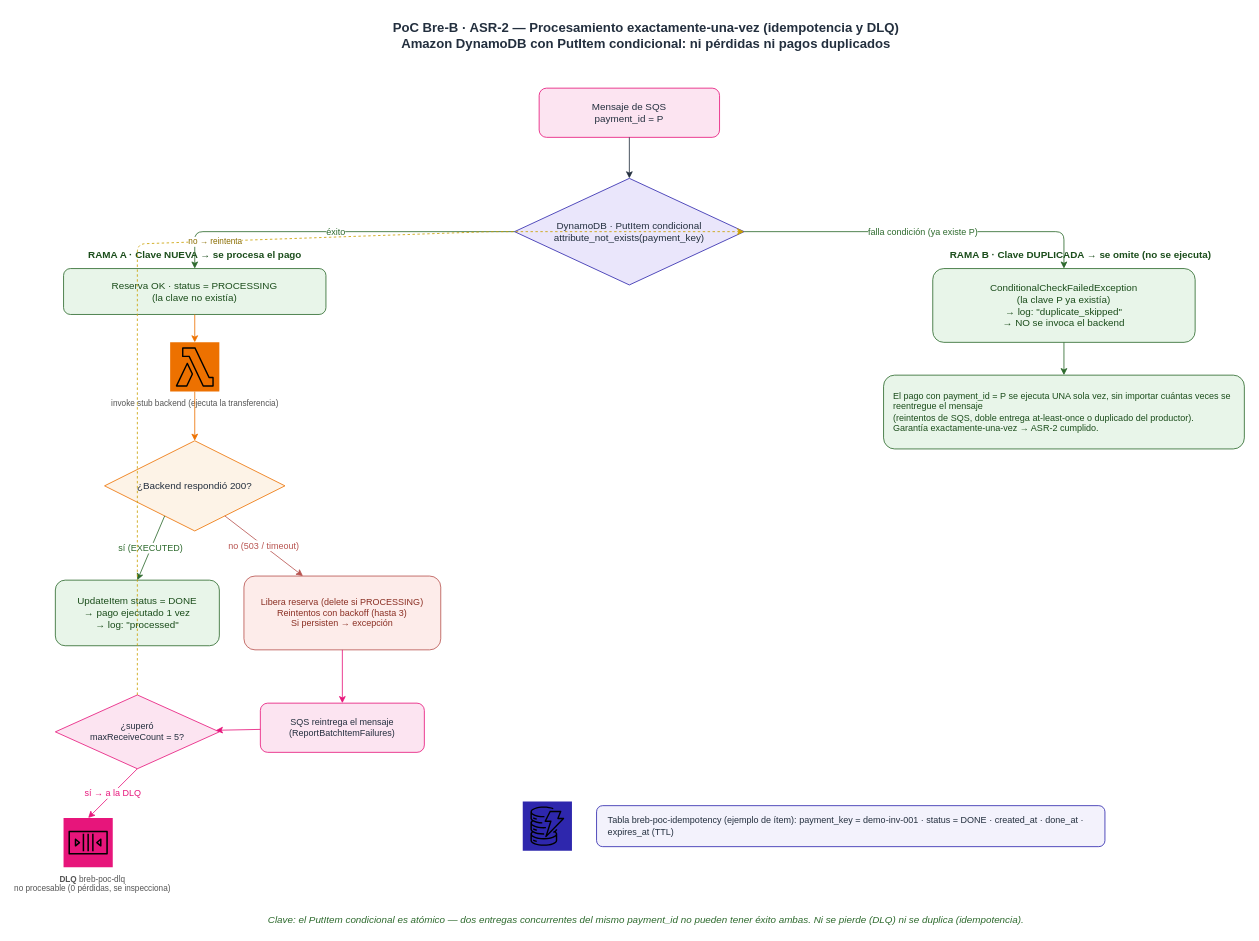
Above: BreB_PoC_Idempotencia.drawio in vimapeco24/ArquitecturaCloudPoc (draw.io), before the change. Source tidied: cells renumbered, new cells numbered last; positions are measured from the earlier drawing's top-left corner, leaving out a move shared by most shapes. Both pictures are drawn from the tidied source at 82%, with x=0, y=0 at pixel (22, 14).
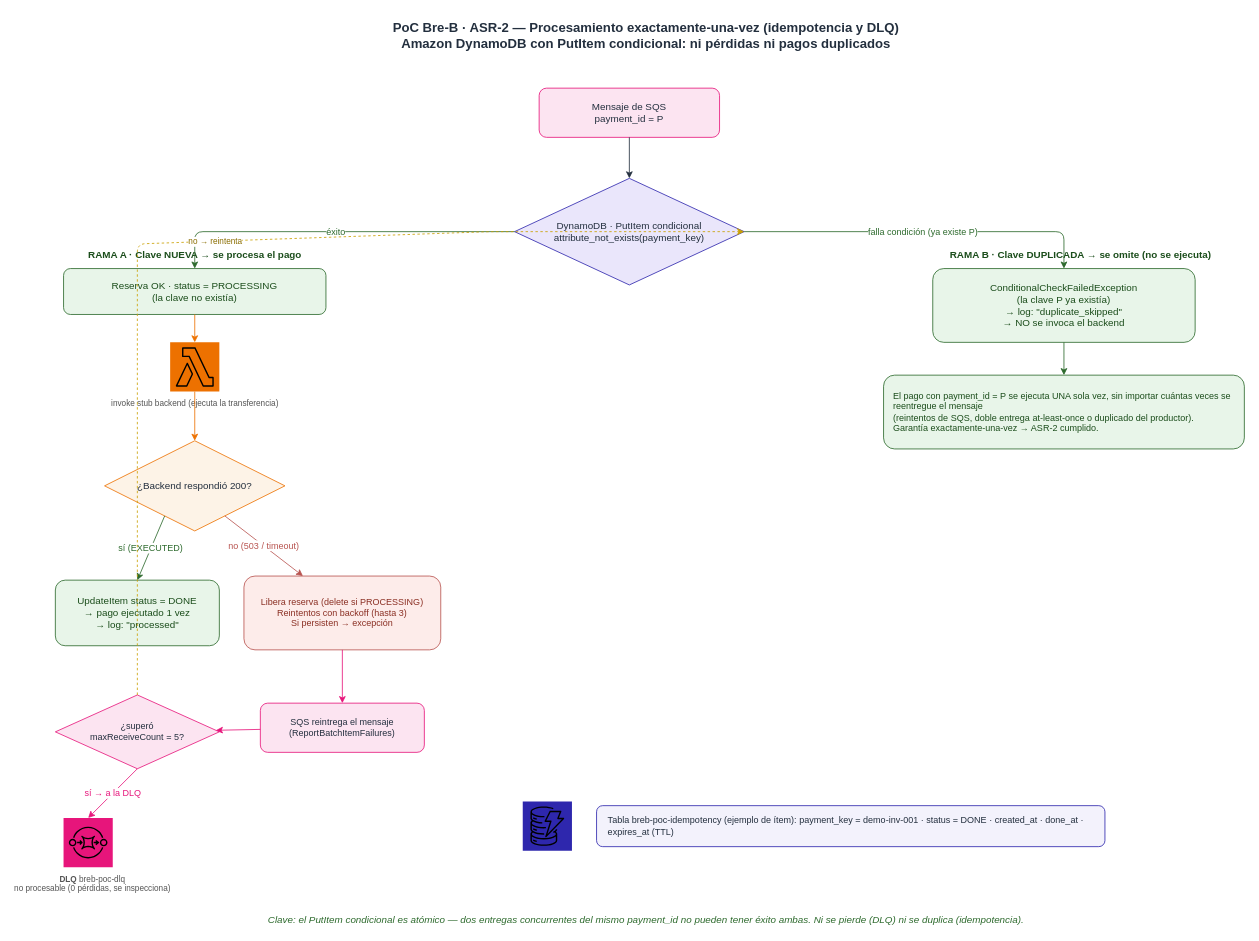
After the change.

Diff of the diagram source:
```diff
@@
-    <mxCell id="23" style="sketch=0;outlineConnect=0;fillColor=#E7157B;strokeColor=none;html=1;verticalLabelPosition=bottom;verticalAlign=top;align=center;fontSize=10;shape=mxgraph.aws4.resourceIcon;resIcon=mxgraph.aws4.queue;" parent="1" vertex="1">
+    <mxCell id="23" style="sketch=0;outlineConnect=0;fillColor=#E7157B;strokeColor=none;html=1;verticalLabelPosition=bottom;verticalAlign=top;align=center;fontSize=10;shape=mxgraph.aws4.resourceIcon;resIcon=mxgraph.aws4.sqs;" parent="1" vertex="1">
       <mxGeometry x="50" y="980" width="60" height="60" as="geometry" />
     </mxCell>
```
